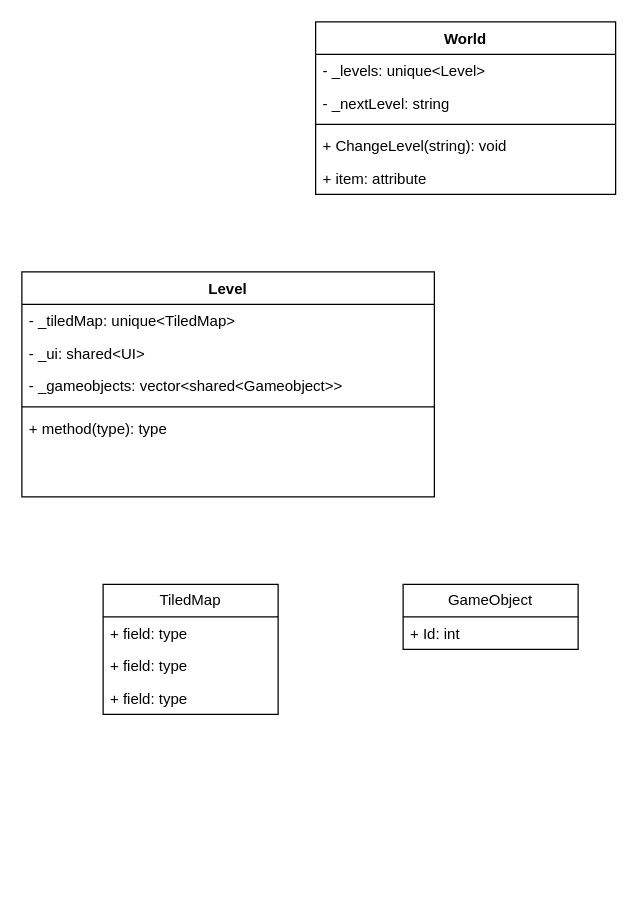
Above: page "World" (2 of 2) of content.drawio in kjblanchard/drawio (draw.io), before the change. Source tidied: cells renumbered, new cells numbered last; positions are measured from the earlier drawing's top-left corner, leaving out a move shared by most shapes. Both pictures are drawn from the tidied source at 125%, with x=0, y=0 at pixel (21, 21).
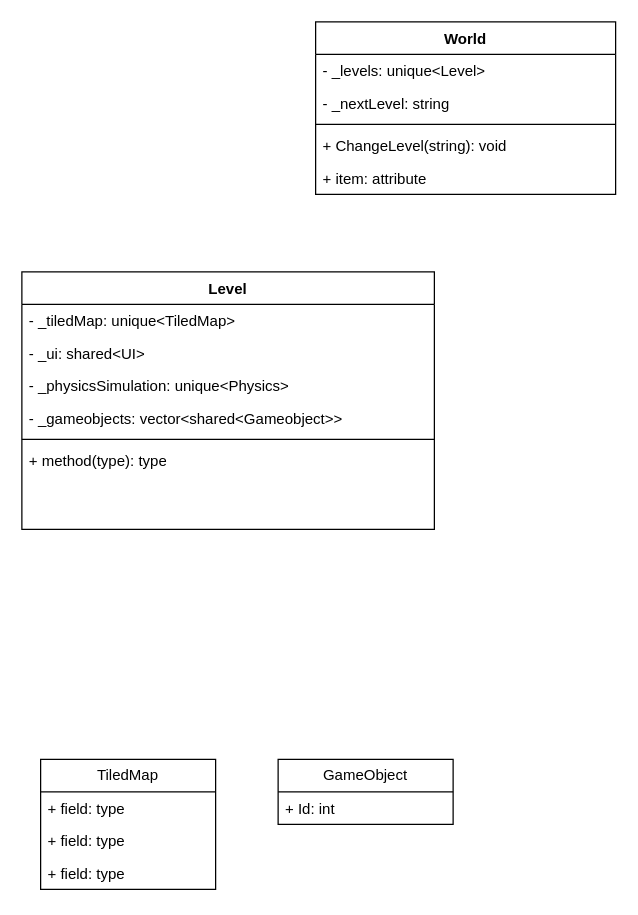
The same page after the edit.

What changed in the source:
```diff
@@
     <mxCell id="8" value="Level" style="swimlane;fontStyle=1;align=center;verticalAlign=top;horizontal=1;startSize=26;whiteSpace=wrap;html=1;" parent="1" vertex="1">
-      <mxGeometry y="200" width="330" height="180" as="geometry" />
+      <mxGeometry y="200" width="330" height="206" as="geometry" />
     </mxCell>
@@
+    <mxCell id="20" value="- _physicsSimulation: unique&amp;lt;Physics&amp;gt;" style="text;strokeColor=none;fillColor=none;align=left;verticalAlign=top;spacingLeft=4;spacingRight=4;overflow=hidden;whiteSpace=wrap;html=1;" parent="8" vertex="1">
+      <mxGeometry y="78" width="330" height="26" as="geometry" />
+    </mxCell>
     <mxCell id="11" value="- _gameobjects: vector&amp;lt;shared&amp;lt;Gameobject&amp;gt;&amp;gt;" style="text;strokeColor=none;fillColor=none;align=left;verticalAlign=top;spacingLeft=4;spacingRight=4;overflow=hidden;whiteSpace=wrap;html=1;" parent="8" vertex="1">
-      <mxGeometry y="78" width="330" height="26" as="geometry" />
+      <mxGeometry y="104" width="330" height="26" as="geometry" />
     </mxCell>
     <mxCell id="12" style="line;strokeWidth=1;fillColor=none;align=left;verticalAlign=middle;spacingTop=-1;spacingLeft=3;spacingRight=3;labelPosition=right;strokeColor=inherit;" parent="8" vertex="1">
-      <mxGeometry y="104" width="330" height="8" as="geometry" />
+      <mxGeometry y="130" width="330" height="8" as="geometry" />
     </mxCell>
     <mxCell id="13" value="+ method(type): type" style="text;strokeColor=none;fillColor=none;align=left;verticalAlign=top;spacingLeft=4;spacingRight=4;overflow=hidden;whiteSpace=wrap;html=1;" parent="8" vertex="1">
-      <mxGeometry y="112" width="330" height="68" as="geometry" />
+      <mxGeometry y="138" width="330" height="68" as="geometry" />
     </mxCell>
     <mxCell id="14" value="TiledMap" style="swimlane;fontStyle=0;horizontal=1;startSize=26;fillColor=none;whiteSpace=wrap;html=1;" parent="1" vertex="1">
-      <mxGeometry x="65" y="450" width="140" height="104" as="geometry" />
+      <mxGeometry x="15" y="590" width="140" height="104" as="geometry" />
     </mxCell>
@@
     <mxCell id="18" value="GameObject" style="swimlane;fontStyle=0;horizontal=1;startSize=26;fillColor=none;whiteSpace=wrap;html=1;" parent="1" vertex="1">
-      <mxGeometry x="305" y="450" width="140" height="52" as="geometry" />
+      <mxGeometry x="205" y="590" width="140" height="52" as="geometry" />
     </mxCell>
```
